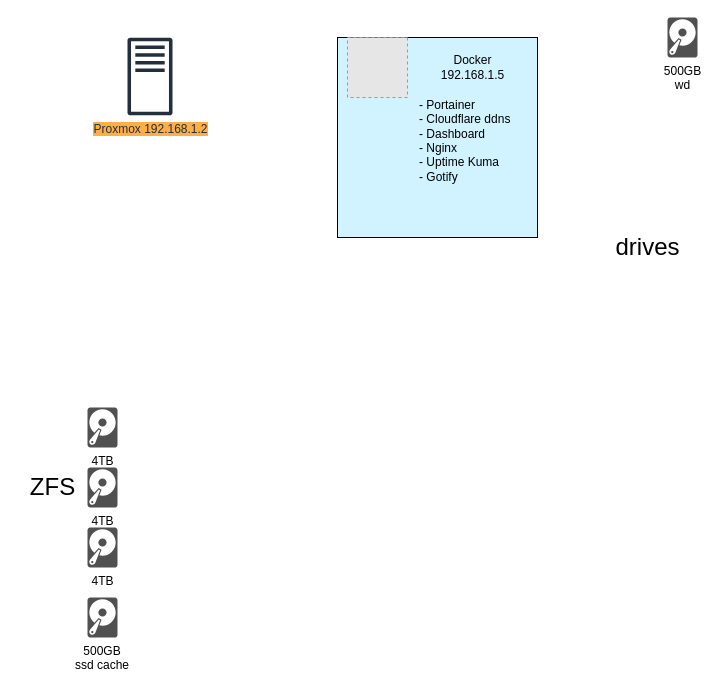
This is Untitled Diagram.drawio from tabzor/fff, a draw.io file, before an edit. Source tidied: cells renumbered, new cells numbered last; positions are measured from the earlier drawing's top-left corner, leaving out a move shared by most shapes. Both pictures are drawn from the tidied source at 100%, with x=0, y=0 at pixel (17, 17). Pictures stored in the file or linked from it are replaced by grey dashed boxes.
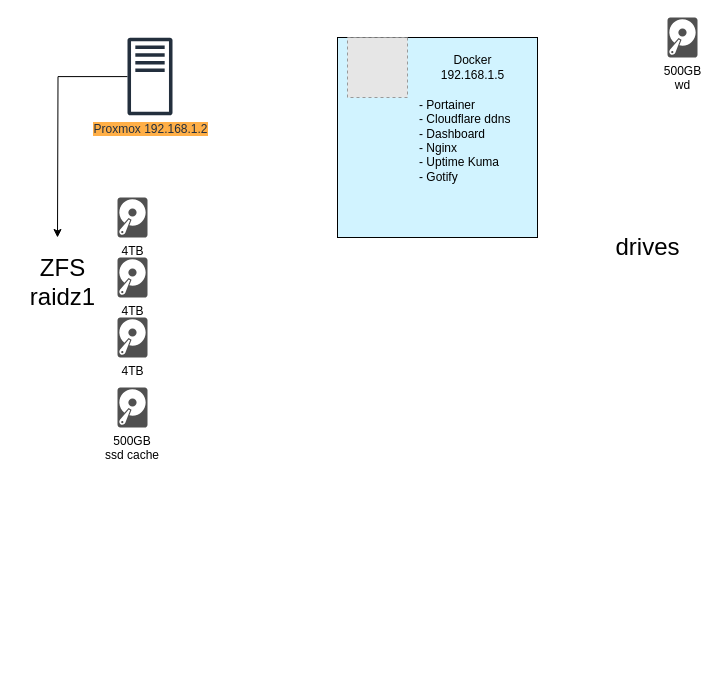
Above is the later version.

What changed in the source:
```diff
@@
 <mxGraphModel>
   <root>
     <mxCell id="0" />
     <mxCell id="1" parent="0" />
+    <mxCell id="14" style="edgeStyle=orthogonalEdgeStyle;rounded=0;jettySize=auto;html=1;" parent="1" edge="1" source="2">
+      <mxGeometry relative="1" as="geometry">
+        <mxPoint x="40" y="220" as="targetPoint" />
+      </mxGeometry>
+    </mxCell>
     <mxCell id="2" value="&lt;div&gt;Proxmox 192.168.1.2&lt;/div&gt;" style="sketch=0;outlineConnect=0;fontColor=#232F3E;gradientColor=none;fillColor=#232F3D;strokeColor=none;dashed=0;verticalLabelPosition=bottom;verticalAlign=top;align=center;html=1;fontSize=12;fontStyle=0;shape=mxgraph.aws4.traditional_server;labelBackgroundColor=#FFAF47;" parent="1" vertex="1">
       <mxGeometry x="110" y="20" width="45" height="78" as="geometry" />
     </mxCell>
     <mxCell id="3" value="&lt;div align=&quot;center&quot;&gt;&lt;br&gt;&lt;/div&gt;" style="whiteSpace=wrap;html=1;align=center;labelBackgroundColor=none;labelBorderColor=none;fillColor=#D1F3FF;" parent="1" vertex="1">
       <mxGeometry x="320" y="20" width="200" height="200" as="geometry" />
     </mxCell>
     <mxCell id="4" style="fillColor=#E6E6E6;strokeColor=#999999;dashed=1;html=1;verticalAlign=top;verticalLabelPosition=bottom;labelBackgroundColor=#ffffff;" parent="1" vertex="1">
       <mxGeometry x="330" y="20" width="60" height="60" as="geometry" />
     </mxCell>
     <mxCell id="5" value="&lt;div&gt;Docker&lt;/div&gt;&lt;div&gt;192.168.1.5&lt;/div&gt;" style="text;html=1;align=center;verticalAlign=middle;strokeColor=none;fillColor=none;" parent="1" vertex="1">
       <mxGeometry x="410" y="30" width="90" height="40" as="geometry" />
     </mxCell>
     <mxCell id="6" value="&lt;div&gt;- Portainer&lt;/div&gt;&lt;div&gt;- Cloudflare ddns&lt;/div&gt;&lt;div&gt;- Dashboard&lt;/div&gt;&lt;div&gt;- Nginx&lt;/div&gt;&lt;div&gt;- Uptime Kuma&lt;/div&gt;&lt;div&gt;- Gotify&lt;/div&gt;&lt;div&gt;&lt;br&gt;&lt;/div&gt;&lt;div&gt;&lt;br&gt;&lt;/div&gt;&lt;div&gt;&lt;br&gt;&lt;/div&gt;" style="text;html=1;align=left;verticalAlign=middle;strokeColor=none;fillColor=none;" parent="1" vertex="1">
       <mxGeometry x="400" y="75" width="110" height="140" as="geometry" />
     </mxCell>
     <mxCell id="7" value="&lt;div&gt;4TB&lt;/div&gt;" style="sketch=0;shadow=0;dashed=0;html=1;strokeColor=none;fillColor=#505050;labelPosition=center;verticalLabelPosition=bottom;verticalAlign=top;align=center;shape=mxgraph.office.devices.hard_disk;" parent="1" vertex="1">
-      <mxGeometry x="70" y="390" width="30" height="40" as="geometry" />
+      <mxGeometry x="100" y="180" width="30" height="40" as="geometry" />
     </mxCell>
     <mxCell id="8" value="drives" style="text;html=1;align=center;verticalAlign=middle;strokeColor=none;fillColor=none;fontSize=24;" parent="1" vertex="1">
       <mxGeometry x="585" y="210" width="90" height="40" as="geometry" />
     </mxCell>
     <mxCell id="9" value="&lt;div&gt;4TB&lt;/div&gt;" style="sketch=0;shadow=0;dashed=0;html=1;strokeColor=none;fillColor=#505050;labelPosition=center;verticalLabelPosition=bottom;verticalAlign=top;align=center;shape=mxgraph.office.devices.hard_disk;" parent="1" vertex="1">
-      <mxGeometry x="70" y="450" width="30" height="40" as="geometry" />
+      <mxGeometry x="100" y="240" width="30" height="40" as="geometry" />
     </mxCell>
     <mxCell id="10" value="&lt;div&gt;4TB&lt;/div&gt;" style="sketch=0;shadow=0;dashed=0;html=1;strokeColor=none;fillColor=#505050;labelPosition=center;verticalLabelPosition=bottom;verticalAlign=top;align=center;shape=mxgraph.office.devices.hard_disk;" parent="1" vertex="1">
-      <mxGeometry x="70" y="510" width="30" height="40" as="geometry" />
+      <mxGeometry x="100" y="300" width="30" height="40" as="geometry" />
     </mxCell>
     <mxCell id="11" value="500GB&#10;ssd cache" style="sketch=0;shadow=0;dashed=0;strokeColor=none;fillColor=#505050;labelPosition=center;verticalLabelPosition=bottom;verticalAlign=top;align=center;shape=mxgraph.office.devices.hard_disk;" parent="1" vertex="1">
-      <mxGeometry x="70" y="580" width="30" height="40" as="geometry" />
+      <mxGeometry x="100" y="370" width="30" height="40" as="geometry" />
     </mxCell>
     <mxCell id="12" value="&lt;div&gt;500GB&lt;/div&gt;&lt;div&gt;wd&lt;br&gt;&lt;/div&gt;" style="sketch=0;shadow=0;dashed=0;html=1;strokeColor=none;fillColor=#505050;labelPosition=center;verticalLabelPosition=bottom;verticalAlign=top;align=center;shape=mxgraph.office.devices.hard_disk;" parent="1" vertex="1">
       <mxGeometry x="650" width="30" height="40" as="geometry" />
     </mxCell>
-    <mxCell id="13" value="ZFS" style="text;html=1;align=center;verticalAlign=middle;strokeColor=none;fillColor=none;fontSize=24;" parent="1" vertex="1">
-      <mxGeometry y="450" width="70" height="40" as="geometry" />
+    <mxCell id="13" value="&lt;div&gt;ZFS&lt;/div&gt;&lt;div&gt;raidz1&lt;br&gt;&lt;/div&gt;" style="text;html=1;align=center;verticalAlign=middle;strokeColor=none;fillColor=none;fontSize=24;" parent="1" vertex="1">
+      <mxGeometry y="230" width="90" height="70" as="geometry" />
     </mxCell>
   </root>
 </mxGraphModel>
```
